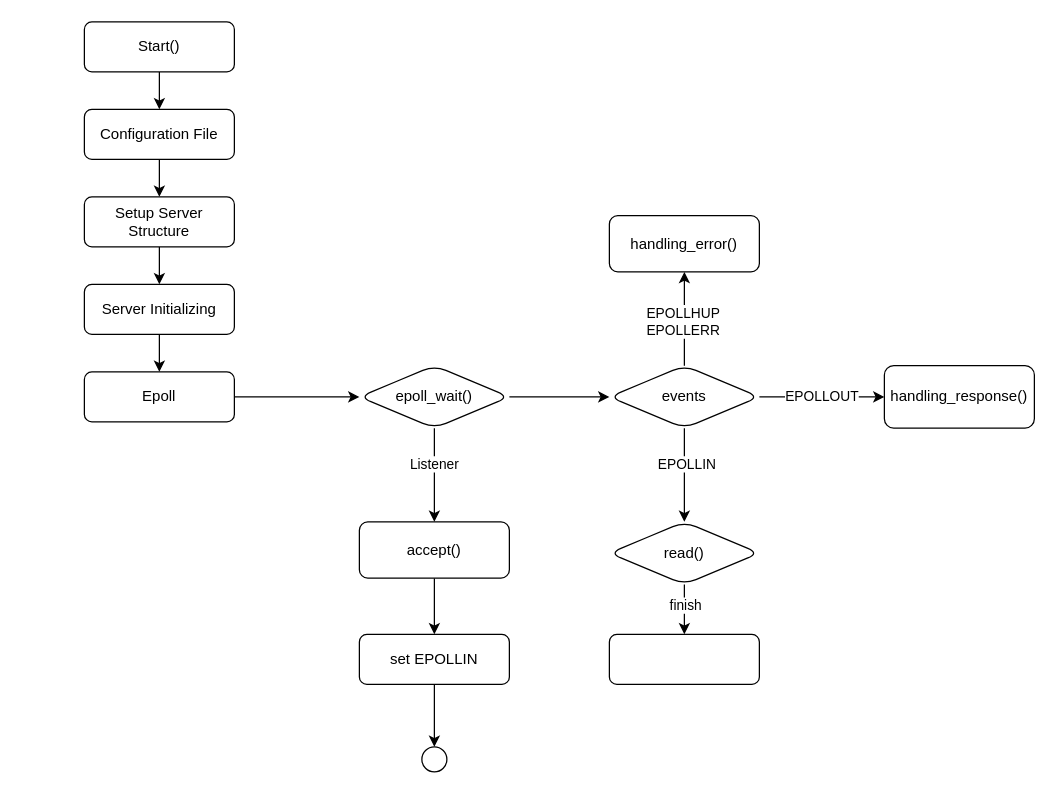
Above: Untitled Diagram.drawio in bankung7/42_webserv (draw.io), before the change. Source tidied: cells renumbered, new cells numbered last; positions are measured from the earlier drawing's top-left corner, leaving out a move shared by most shapes. Both pictures are drawn from the tidied source at 125%, with x=0, y=0 at pixel (84, 21).
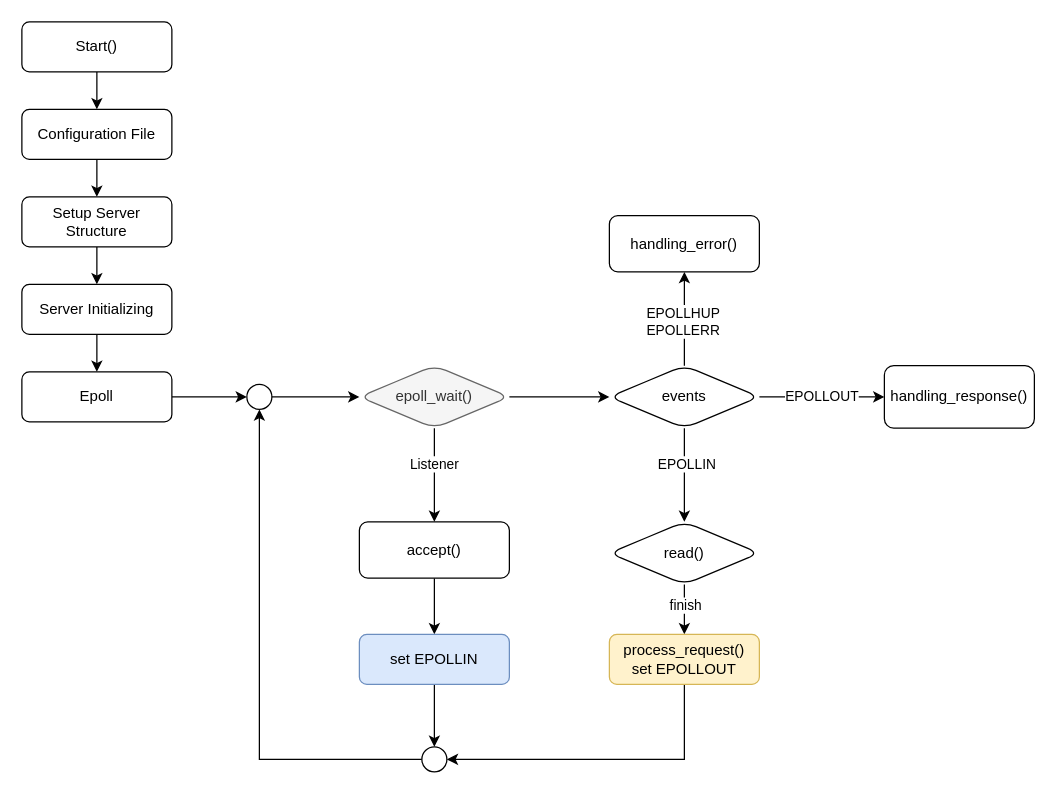
Above is the later version.

Unchanged cells that the change refers to:
```xml
<mxCell id="28" style="ellipse;whiteSpace=wrap;html=1;rounded=1;glass=0;strokeWidth=1;shadow=0;" parent="1" vertex="1">
  <mxGeometry x="270" y="580" width="20" height="20" as="geometry" />
</mxCell>
```

Diff of the diagram source:
```diff
@@
     <mxCell id="3" value="Start()" style="rounded=1;whiteSpace=wrap;html=1;fontSize=12;glass=0;strokeWidth=1;shadow=0;" parent="1" vertex="1">
-      <mxGeometry width="120" height="40" as="geometry" />
+      <mxGeometry x="-50" width="120" height="40" as="geometry" />
     </mxCell>
@@
     <mxCell id="5" value="Configuration File" style="whiteSpace=wrap;html=1;rounded=1;glass=0;strokeWidth=1;shadow=0;" parent="1" vertex="1">
-      <mxGeometry y="70" width="120" height="40" as="geometry" />
+      <mxGeometry x="-50" y="70" width="120" height="40" as="geometry" />
     </mxCell>
@@
     <mxCell id="7" value="Setup Server Structure" style="whiteSpace=wrap;html=1;rounded=1;glass=0;strokeWidth=1;shadow=0;" parent="1" vertex="1">
-      <mxGeometry y="140" width="120" height="40" as="geometry" />
+      <mxGeometry x="-50" y="140" width="120" height="40" as="geometry" />
     </mxCell>
@@
     <mxCell id="9" value="Server Initializing" style="whiteSpace=wrap;html=1;rounded=1;glass=0;strokeWidth=1;shadow=0;" parent="1" vertex="1">
-      <mxGeometry y="210" width="120" height="40" as="geometry" />
+      <mxGeometry x="-50" y="210" width="120" height="40" as="geometry" />
     </mxCell>
-    <mxCell id="10" style="edgeStyle=orthogonalEdgeStyle;rounded=0;jettySize=auto;html=1;" parent="1" edge="1" source="11" target="15">
-      <mxGeometry relative="1" as="geometry" />
-    </mxCell>
+    <mxCell id="33" style="edgeStyle=orthogonalEdgeStyle;rounded=0;jettySize=auto;html=1;" parent="1" edge="1" source="11" target="37">
+      <mxGeometry relative="1" as="geometry" />
+    </mxCell>
     <mxCell id="11" value="Epoll" style="whiteSpace=wrap;html=1;rounded=1;glass=0;strokeWidth=1;shadow=0;" parent="1" vertex="1">
-      <mxGeometry y="280" width="120" height="40" as="geometry" />
+      <mxGeometry x="-50" y="280" width="120" height="40" as="geometry" />
     </mxCell>
@@
-    <mxCell id="15" value="epoll_wait()" style="rhombus;whiteSpace=wrap;html=1;rounded=1;glass=0;strokeWidth=1;shadow=0;" parent="1" vertex="1">
+    <mxCell id="15" value="epoll_wait()" style="rhombus;whiteSpace=wrap;html=1;rounded=1;glass=0;strokeWidth=1;shadow=0;fillColor=#f5f5f5;fontColor=#333333;strokeColor=#666666;" parent="1" vertex="1">
       <mxGeometry x="220" y="275" width="120" height="50" as="geometry" />
     </mxCell>
@@
-    <mxCell id="27" value="set EPOLLIN" style="whiteSpace=wrap;html=1;rounded=1;glass=0;strokeWidth=1;shadow=0;" parent="1" vertex="1">
+    <mxCell id="27" value="set EPOLLIN" style="whiteSpace=wrap;html=1;rounded=1;glass=0;strokeWidth=1;shadow=0;fillColor=#dae8fc;strokeColor=#6c8ebf;" parent="1" vertex="1">
       <mxGeometry x="220" y="490" width="120" height="40" as="geometry" />
     </mxCell>
+    <mxCell id="34" style="edgeStyle=orthogonalEdgeStyle;rounded=0;jettySize=auto;html=1;entryX=0.5;entryY=1;entryDx=0;entryDy=0;" parent="1" edge="1" source="28" target="37">
+      <mxGeometry relative="1" as="geometry" />
+    </mxCell>
@@
+    <mxCell id="35" style="edgeStyle=orthogonalEdgeStyle;rounded=0;jettySize=auto;html=1;entryX=1;entryY=0.5;entryDx=0;entryDy=0;" parent="1" edge="1" source="32" target="28">
+      <mxGeometry relative="1" as="geometry">
+        <Array as="points">
+          <mxPoint x="480" y="590" />
+        </Array>
+      </mxGeometry>
+    </mxCell>
-    <mxCell id="32" style="whiteSpace=wrap;html=1;rounded=1;glass=0;strokeWidth=1;shadow=0;" parent="1" vertex="1">
+    <mxCell id="32" value="process_request()&lt;br&gt;set EPOLLOUT" style="whiteSpace=wrap;html=1;rounded=1;glass=0;strokeWidth=1;shadow=0;fillColor=#fff2cc;strokeColor=#d6b656;" parent="1" vertex="1">
       <mxGeometry x="420" y="490" width="120" height="40" as="geometry" />
     </mxCell>
+    <mxCell id="36" style="edgeStyle=orthogonalEdgeStyle;rounded=0;jettySize=auto;html=1;" parent="1" edge="1" source="37" target="15">
+      <mxGeometry relative="1" as="geometry" />
+    </mxCell>
+    <mxCell id="37" style="ellipse;whiteSpace=wrap;html=1;rounded=1;glass=0;strokeWidth=1;shadow=0;" parent="1" vertex="1">
+      <mxGeometry x="130" y="290" width="20" height="20" as="geometry" />
+    </mxCell>
```
